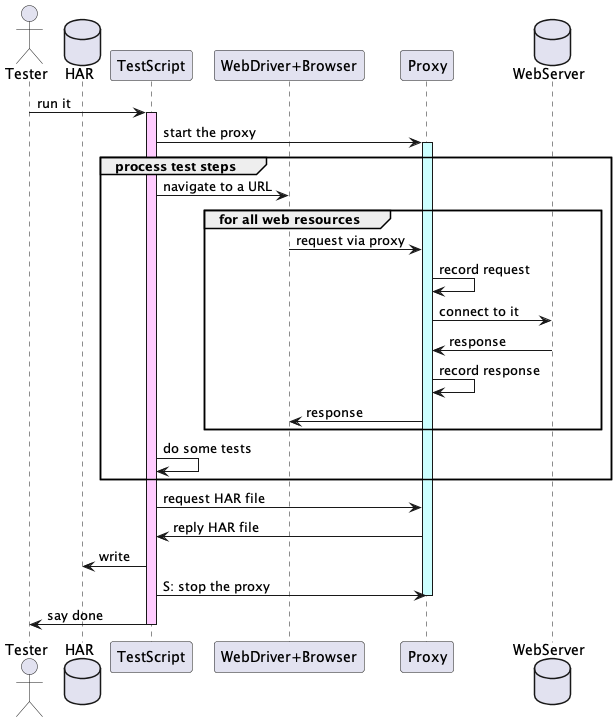
Earlier version of the PlantUML export docs/diagrams/out/sequence/sequence.png (kazurayam/BrowserMobProxyInKatalonStudio).
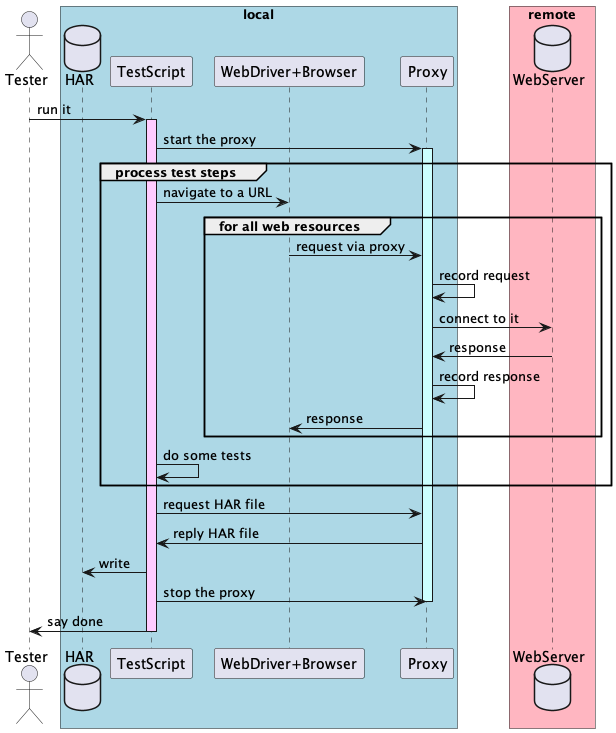
Above is the later version.

Commit message:
revised the sequence diagram; local box and remote box

The edit, as a diff of the source:
```diff
@@ -1,10 +1,14 @@
 @startuml sequence
 actor       Tester     as tester
+box "local" #LightBlue
 database    HAR        as file
 participant TestScript as script
 participant "WebDriver+Browser" as browser
 participant Proxy      as proxy
+end box
+box "remote" #LightPink
 database    WebServer  as server
+end box
 
 tester   -> script     : run it
 activate script #FFccFF
@@ -25,7 +29,7 @@
 script   -> proxy      : request HAR file
 proxy    -> script     : reply HAR file
 script   -> file       : write
-script   -> proxy      : S: stop the proxy
+script   -> proxy      : stop the proxy
 deactivate proxy
 script   -> tester     : say done
 deactivate script
```
